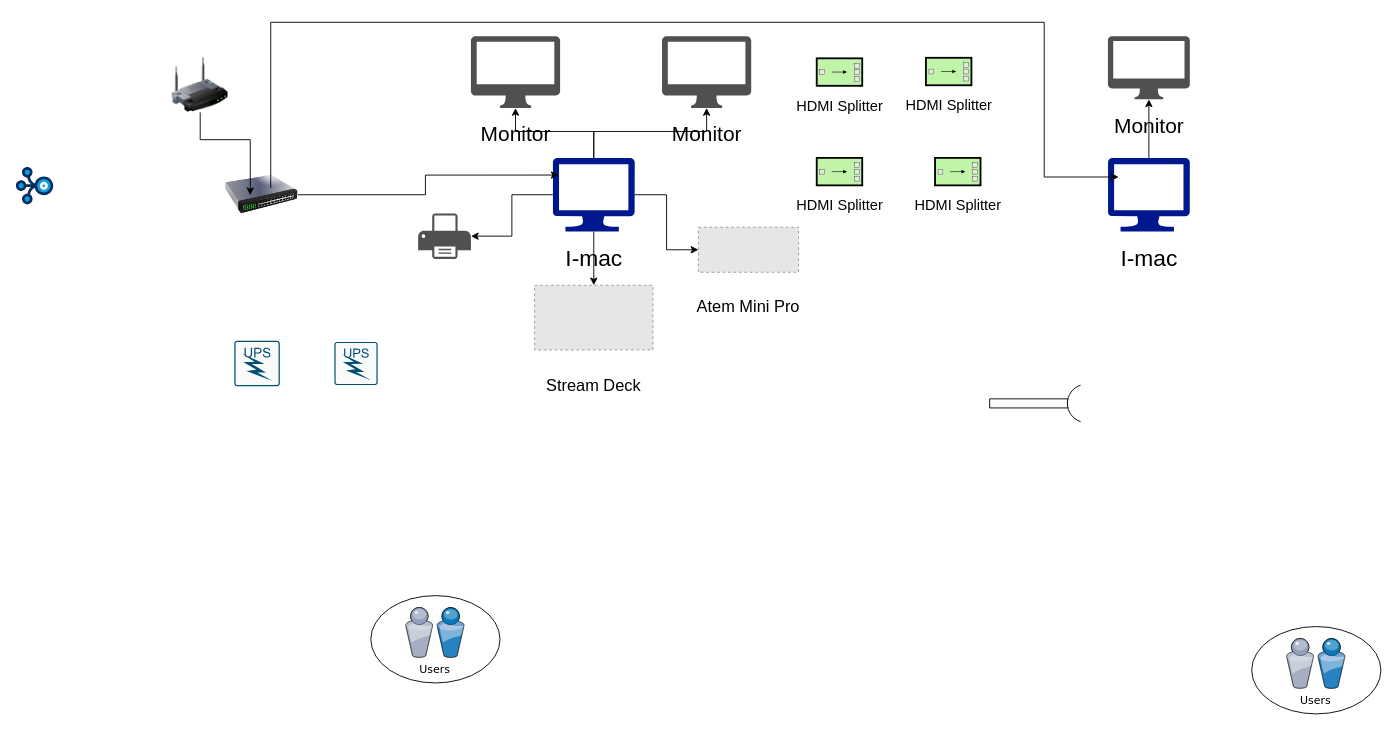
Before: Church Streaming Diagram.drawio in Prince-K-Ado/ChurchStreaming, a draw.io diagram. Source tidied: cells renumbered, new cells numbered last; positions are measured from the earlier drawing's top-left corner, leaving out a move shared by most shapes. Both pictures are drawn from the tidied source at 91%, with x=0, y=0 at pixel (15, 22). Pictures stored in the file or linked from it are replaced by grey dashed boxes.
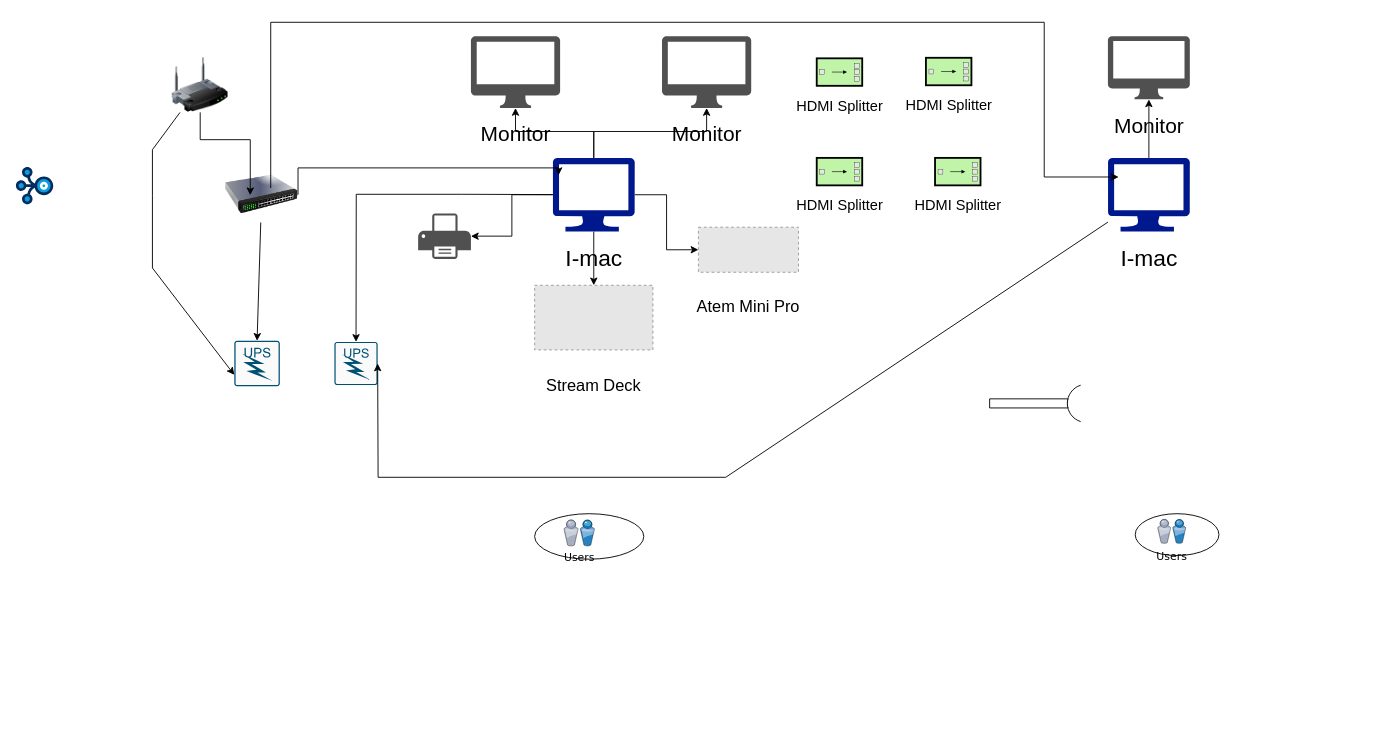
The same diagram, later.

Unchanged cells that the change refers to:
```xml
<mxCell id="2" style="image;html=1;image=img/lib/clip_art/networking/Wireless_Router_128x128.png;" parent="1" vertex="1">
  <mxGeometry x="165" y="39" width="75" height="60" as="geometry" />
</mxCell>
<mxCell id="9" value="&lt;p style=&quot;line-height: 170%;&quot;&gt;&lt;font style=&quot;font-size: 25px;&quot;&gt;I-mac&lt;/font&gt;&lt;/p&gt;" style="sketch=0;shadow=0;dashed=0;html=1;strokeColor=none;labelPosition=center;verticalLabelPosition=bottom;verticalAlign=top;align=center;fillColor=#00188D;shape=mxgraph.azure.computer;" parent="1" vertex="1">
  <mxGeometry x="590" y="149" width="90" height="81" as="geometry" />
</mxCell>
<mxCell id="18" style="sketch=0;points=[[0.015,0.015,0],[0.985,0.015,0],[0.985,0.985,0],[0.015,0.985,0],[0.25,0,0],[0.5,0,0],[0.75,0,0],[1,0.25,0],[1,0.5,0],[1,0.75,0],[0.75,1,0],[0.5,1,0],[0.25,1,0],[0,0.75,0],[0,0.5,0],[0,0.25,0]];verticalLabelPosition=bottom;html=1;verticalAlign=top;align=center;shape=mxgraph.cisco19.rect;prIcon=ups;fillColor=#FAFAFA;strokeColor=#005073;" parent="1" vertex="1">
  <mxGeometry x="350" y="351.2" width="47.5" height="47.5" as="geometry" />
</mxCell>
<mxCell id="19" style="sketch=0;points=[[0.015,0.015,0],[0.985,0.015,0],[0.985,0.985,0],[0.015,0.985,0],[0.25,0,0],[0.5,0,0],[0.75,0,0],[1,0.25,0],[1,0.5,0],[1,0.75,0],[0.75,1,0],[0.5,1,0],[0.25,1,0],[0,0.75,0],[0,0.5,0],[0,0.25,0]];verticalLabelPosition=bottom;html=1;verticalAlign=top;align=center;shape=mxgraph.cisco19.rect;prIcon=ups;fillColor=#FAFAFA;strokeColor=#005073;" parent="1" vertex="1">
  <mxGeometry x="240" y="350" width="50" height="50" as="geometry" />
</mxCell>
<mxCell id="23" style="image;html=1;image=img/lib/clip_art/networking/Switch_128x128.png;" parent="1" vertex="1">
  <mxGeometry x="230" y="159" width="80" height="61" as="geometry" />
</mxCell>
<mxCell id="26" value="&lt;p style=&quot;line-height: 170%;&quot;&gt;&lt;font style=&quot;font-size: 25px;&quot;&gt;I-mac&lt;/font&gt;&lt;/p&gt;" style="sketch=0;shadow=0;dashed=0;html=1;strokeColor=none;labelPosition=center;verticalLabelPosition=bottom;verticalAlign=top;align=center;fillColor=#00188D;shape=mxgraph.azure.computer;" parent="1" vertex="1">
  <mxGeometry x="1200" y="149" width="90" height="81" as="geometry" />
</mxCell>
```

The edit, as a diff of the source:
```diff
@@
     <mxCell id="10" style="group;" parent="1" vertex="1">
-      <mxGeometry x="1358" y="664" width="142" height="96" as="geometry" />
+      <mxGeometry x="1230" y="540" width="92" height="46" as="geometry" />
     </mxCell>
     <mxCell id="11" style="ellipse;whiteSpace=wrap;html=1;rounded=0;shadow=0;comic=0;strokeWidth=1;fontFamily=Verdana;" parent="10" vertex="1">
-      <mxGeometry width="142" height="96" as="geometry" />
+      <mxGeometry width="92" height="46" as="geometry" />
     </mxCell>
     <mxCell id="12" value="Users" style="verticalLabelPosition=bottom;html=1;verticalAlign=top;strokeColor=none;shape=mxgraph.citrix.users;rounded=0;shadow=0;comic=0;fontFamily=Verdana;" parent="10" vertex="1">
-      <mxGeometry x="38" y="13" width="64.5" height="55" as="geometry" />
+      <mxGeometry x="24.6" y="6.2" width="30.9" height="26.4" as="geometry" />
     </mxCell>
     <mxCell id="13" style="group;" parent="1" vertex="1">
-      <mxGeometry x="390" y="630" width="142" height="96" as="geometry" />
+      <mxGeometry x="570" y="540" width="120" height="50" as="geometry" />
     </mxCell>
     <mxCell id="14" style="ellipse;whiteSpace=wrap;html=1;rounded=0;shadow=0;comic=0;strokeWidth=1;fontFamily=Verdana;" parent="13" vertex="1">
-      <mxGeometry width="142" height="96" as="geometry" />
+      <mxGeometry width="120" height="50" as="geometry" />
     </mxCell>
     <mxCell id="15" value="Users" style="verticalLabelPosition=bottom;html=1;verticalAlign=top;strokeColor=none;shape=mxgraph.citrix.users;rounded=0;shadow=0;comic=0;fontFamily=Verdana;" parent="13" vertex="1">
-      <mxGeometry x="38" y="13" width="64.5" height="55" as="geometry" />
+      <mxGeometry x="32.1" y="6.8" width="33.6" height="28.6" as="geometry" />
     </mxCell>
@@
-    <mxCell id="30" style="edgeStyle=orthogonalEdgeStyle;rounded=0;jettySize=auto;html=1;entryX=0.071;entryY=0.233;entryDx=0;entryDy=0;entryPerimeter=0;" parent="1" edge="1" source="23" target="9">
-      <mxGeometry relative="1" as="geometry" />
+    <mxCell id="30" style="edgeStyle=orthogonalEdgeStyle;rounded=0;jettySize=auto;html=1;entryX=0.071;entryY=0.233;entryDx=0;entryDy=0;entryPerimeter=0;exitX=1;exitY=0.5;exitDx=0;exitDy=0;" parent="1" edge="1" source="23" target="9">
+      <mxGeometry relative="1" as="geometry">
+        <Array as="points">
+          <mxPoint x="310" y="160" />
+          <mxPoint x="596" y="160" />
+        </Array>
+      </mxGeometry>
     </mxCell>
@@
+    <mxCell id="36" style="edgeStyle=none;rounded=0;jettySize=auto;html=1;entryX=0;entryY=0.75;entryDx=0;entryDy=0;entryPerimeter=0;" parent="1" edge="1" source="2" target="19">
+      <mxGeometry relative="1" as="geometry">
+        <Array as="points">
+          <mxPoint x="150" y="140" />
+          <mxPoint x="150" y="190" />
+          <mxPoint x="150" y="270" />
+        </Array>
+      </mxGeometry>
+    </mxCell>
+    <mxCell id="37" style="edgeStyle=none;rounded=0;jettySize=auto;html=1;entryX=0.5;entryY=0;entryDx=0;entryDy=0;entryPerimeter=0;" parent="1" edge="1" source="23" target="19">
+      <mxGeometry relative="1" as="geometry" />
+    </mxCell>
+    <mxCell id="38" style="edgeStyle=none;rounded=0;jettySize=auto;html=1;entryX=0.5;entryY=0;entryDx=0;entryDy=0;entryPerimeter=0;" parent="1" edge="1" source="9" target="18">
+      <mxGeometry relative="1" as="geometry">
+        <Array as="points">
+          <mxPoint x="490" y="189" />
+          <mxPoint x="374" y="189" />
+        </Array>
+      </mxGeometry>
+    </mxCell>
+    <mxCell id="39" style="edgeStyle=none;rounded=0;jettySize=auto;html=1;entryX=1;entryY=0.5;entryDx=0;entryDy=0;entryPerimeter=0;" parent="1" edge="1" source="26" target="18">
+      <mxGeometry relative="1" as="geometry">
+        <Array as="points">
+          <mxPoint x="780" y="500" />
+          <mxPoint x="398" y="500" />
+        </Array>
+      </mxGeometry>
+    </mxCell>
```
